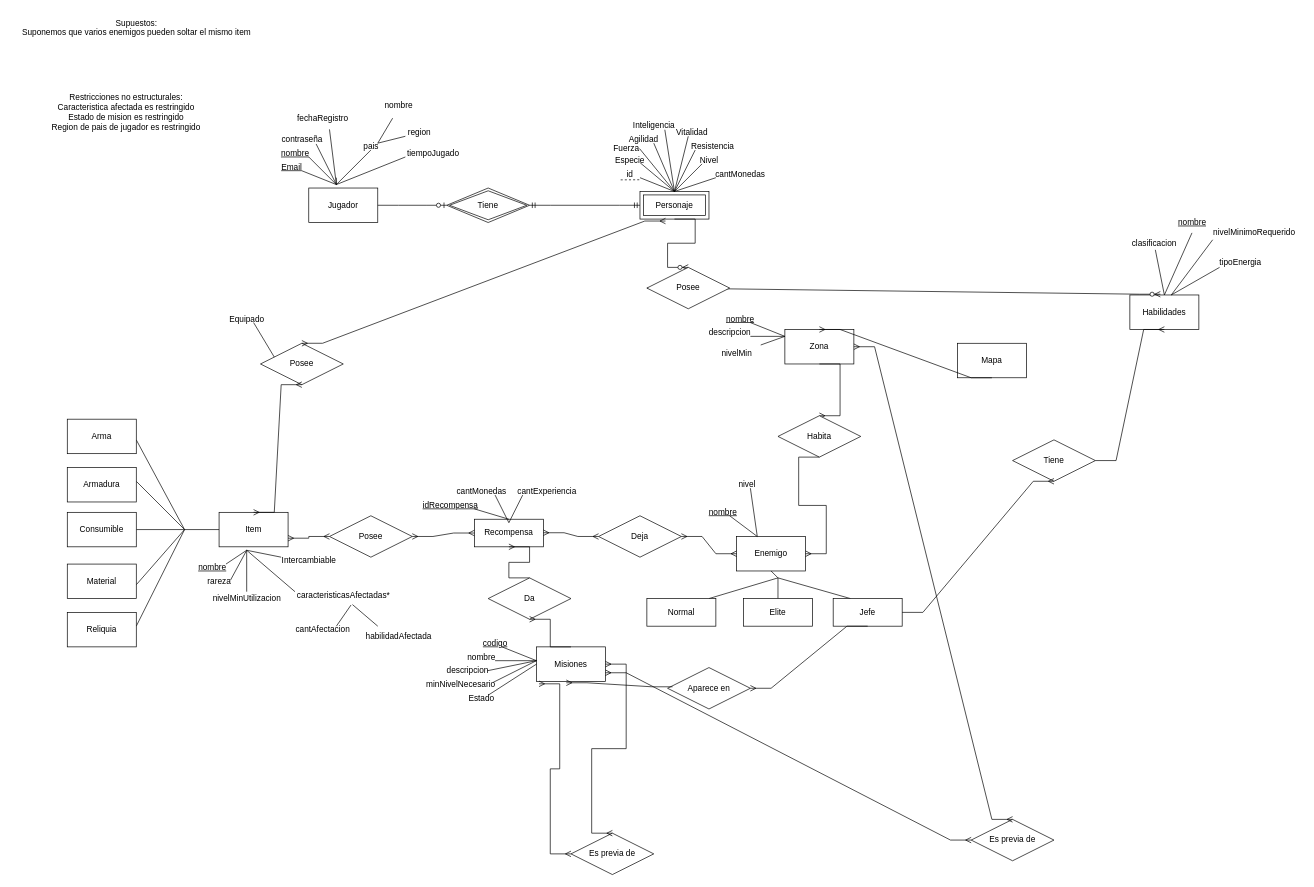
The draw.io diagram Parte1.drawio in MartinAlonsoo/Obligatorio1BD2, before the edit. Source tidied: cells renumbered, new cells numbered last; positions are measured from the earlier drawing's top-left corner, leaving out a move shared by most shapes. Both pictures are drawn from the tidied source at 69%, with x=0, y=0 at pixel (12, 12).
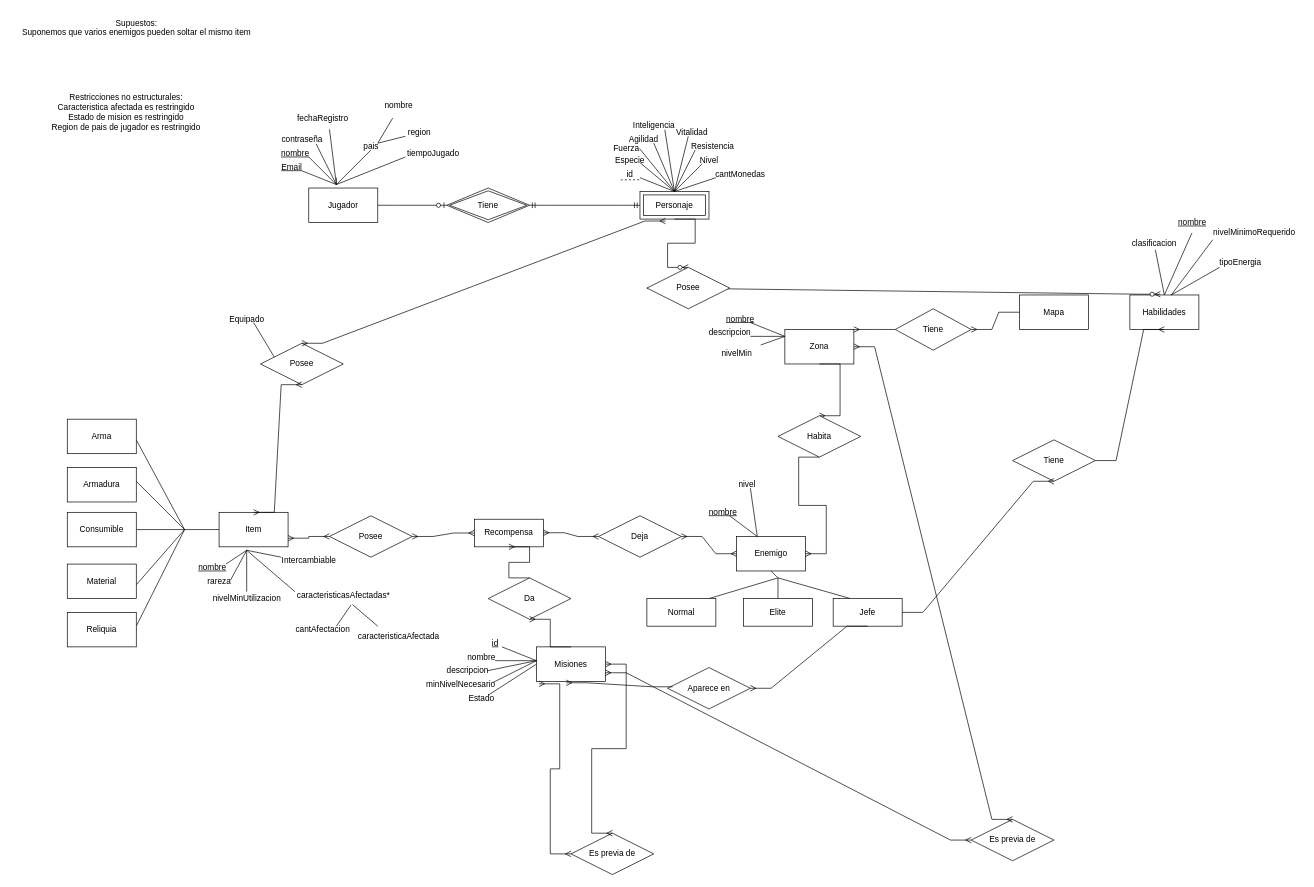
The same page after the edit.

Unchanged cells that the change refers to:
```xml
<mxCell id="3" value="Zona" style="rounded=0;whiteSpace=wrap;html=1;" parent="1" vertex="1">
  <mxGeometry x="1120" y="460" width="100" height="50" as="geometry" />
</mxCell>
<mxCell id="34" value="Recompensa" style="whiteSpace=wrap;html=1;align=center;" parent="1" vertex="1">
  <mxGeometry x="670" y="735" width="100" height="40" as="geometry" />
</mxCell>
```

The edit, as a diff of the source:
```diff
@@
     <mxCell id="4" value="Mapa" style="rounded=0;whiteSpace=wrap;html=1;" parent="1" vertex="1">
-      <mxGeometry x="1370" y="480" width="100" height="50" as="geometry" />
+      <mxGeometry x="1460" y="410" width="100" height="50" as="geometry" />
     </mxCell>
@@
-    <mxCell id="17" style="edgeStyle=entityRelationEdgeStyle;fontSize=12;html=1;endArrow=ERmany;rounded=0;entryX=0.5;entryY=0;entryDx=0;entryDy=0;exitX=0.5;exitY=1;exitDx=0;exitDy=0;" parent="1" edge="1" source="4" target="3">
-      <mxGeometry relative="1" as="geometry" />
-    </mxCell>
@@
-    <mxCell id="87" value="&lt;u&gt;codigo&lt;/u&gt;" style="text;html=1;align=center;verticalAlign=middle;strokeColor=none;fillColor=none;" parent="1" vertex="1">
-      <mxGeometry x="670" y="900" width="60" height="30" as="geometry" />
+    <mxCell id="87" value="&lt;u&gt;id&lt;/u&gt;" style="text;html=1;align=center;verticalAlign=middle;strokeColor=none;fillColor=none;" parent="1" vertex="1">
+      <mxGeometry x="685" y="900" width="30" height="30" as="geometry" />
     </mxCell>
@@
-    <mxCell id="125" value="habilidadAfectada" style="text;html=1;align=center;verticalAlign=middle;strokeColor=none;fillColor=none;" parent="1" vertex="1">
-      <mxGeometry x="500" y="890" width="120" height="30" as="geometry" />
+    <mxCell id="125" value="caracteristicaAfectada" style="text;html=1;align=center;verticalAlign=middle;strokeColor=none;fillColor=none;" parent="1" vertex="1">
+      <mxGeometry x="490" y="890" width="140" height="30" as="geometry" />
     </mxCell>
@@
-    <mxCell id="129" style="endArrow=none;html=1;rounded=0;" parent="1" edge="1">
-      <mxGeometry relative="1" as="geometry">
-        <mxPoint x="740" y="700" as="sourcePoint" />
-        <mxPoint x="700" y="700" as="targetPoint" />
-        <Array as="points">
-          <mxPoint x="720" y="740" />
-        </Array>
-      </mxGeometry>
-    </mxCell>
-    <mxCell id="130" value="cantMonedas" style="text;html=1;align=center;verticalAlign=middle;strokeColor=none;fillColor=none;" parent="1" vertex="1">
-      <mxGeometry x="630" y="680" width="100" height="30" as="geometry" />
-    </mxCell>
-    <mxCell id="131" value="cantExperiencia" style="text;html=1;align=center;verticalAlign=middle;strokeColor=none;fillColor=none;" parent="1" vertex="1">
-      <mxGeometry x="720" y="680" width="110" height="30" as="geometry" />
-    </mxCell>
-    <mxCell id="132" value="&lt;u&gt;idRecompensa&lt;/u&gt;" style="text;html=1;align=center;verticalAlign=middle;strokeColor=none;fillColor=none;" parent="1" vertex="1">
-      <mxGeometry x="585" y="700" width="100" height="30" as="geometry" />
-    </mxCell>
-    <mxCell id="133" style="endArrow=none;html=1;rounded=0;exitX=0.5;exitY=0;exitDx=0;exitDy=0;" parent="1" edge="1" source="34">
-      <mxGeometry relative="1" as="geometry">
-        <mxPoint x="670" y="720" as="targetPoint" />
-      </mxGeometry>
-    </mxCell>
+    <mxCell id="134" value="Tiene" style="shape=rhombus;perimeter=rhombusPerimeter;whiteSpace=wrap;html=1;align=center;" parent="1" vertex="1">
+      <mxGeometry x="1280" y="430" width="110" height="60" as="geometry" />
+    </mxCell>
+    <mxCell id="135" style="edgeStyle=entityRelationEdgeStyle;fontSize=12;html=1;endArrow=ERmany;rounded=0;exitX=0;exitY=0.5;exitDx=0;exitDy=0;entryX=1;entryY=0.5;entryDx=0;entryDy=0;" parent="1" edge="1" source="4" target="134">
+      <mxGeometry relative="1" as="geometry" />
+    </mxCell>
+    <mxCell id="136" style="edgeStyle=entityRelationEdgeStyle;fontSize=12;html=1;endArrow=ERmany;rounded=0;exitX=0;exitY=0.5;exitDx=0;exitDy=0;entryX=1;entryY=0;entryDx=0;entryDy=0;" parent="1" edge="1" source="134" target="3">
+      <mxGeometry relative="1" as="geometry" />
+    </mxCell>
```
